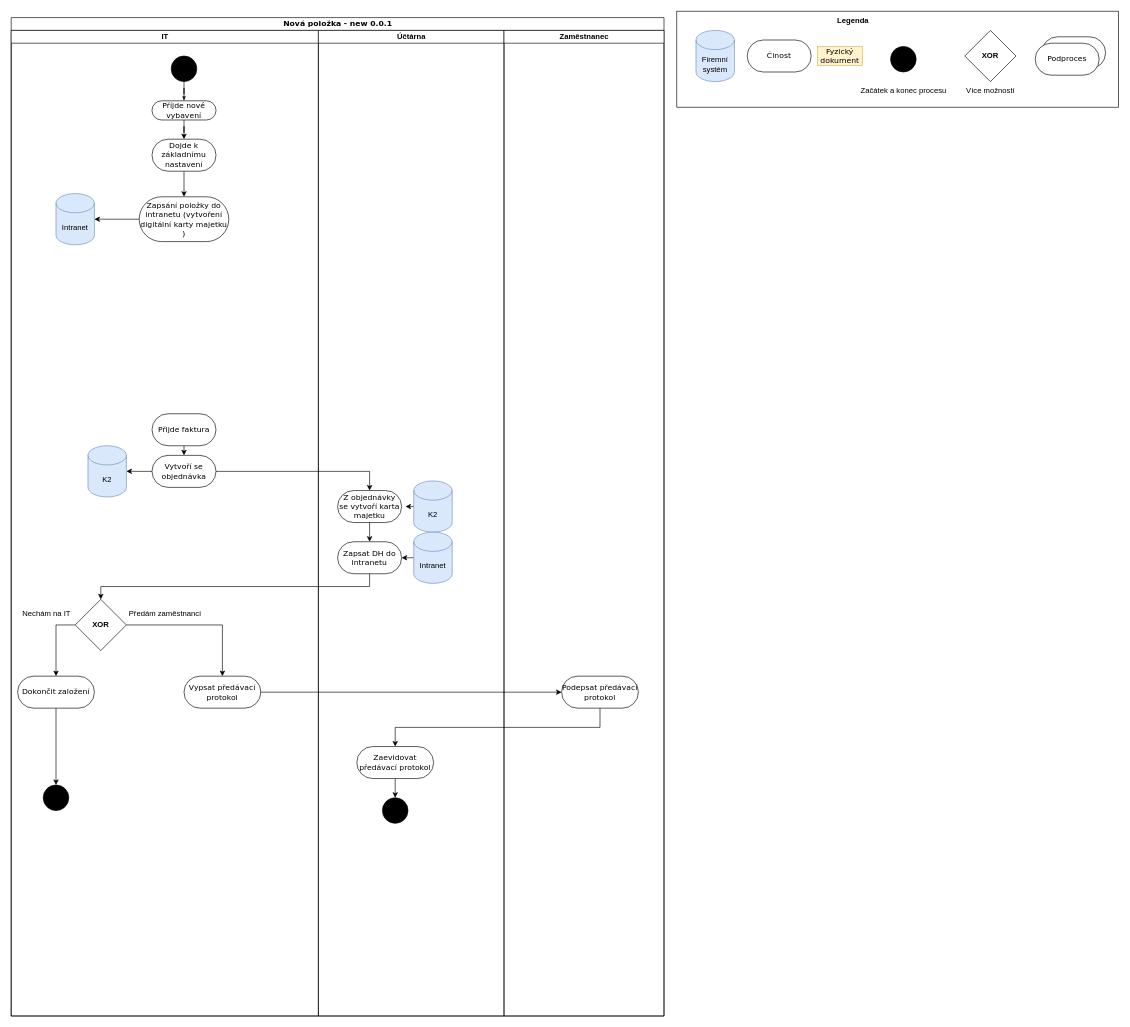
The draw.io diagram page "Nová položka - new 0.0.1" (5 of 11) of UML - Inventar.drawio in horeckyj/drawio, before the edit. Source tidied: cells renumbered, new cells numbered last; positions are measured from the earlier drawing's top-left corner, leaving out a move shared by most shapes. Both pictures are drawn from the tidied source at 64%, with x=0, y=0 at pixel (11, 11).
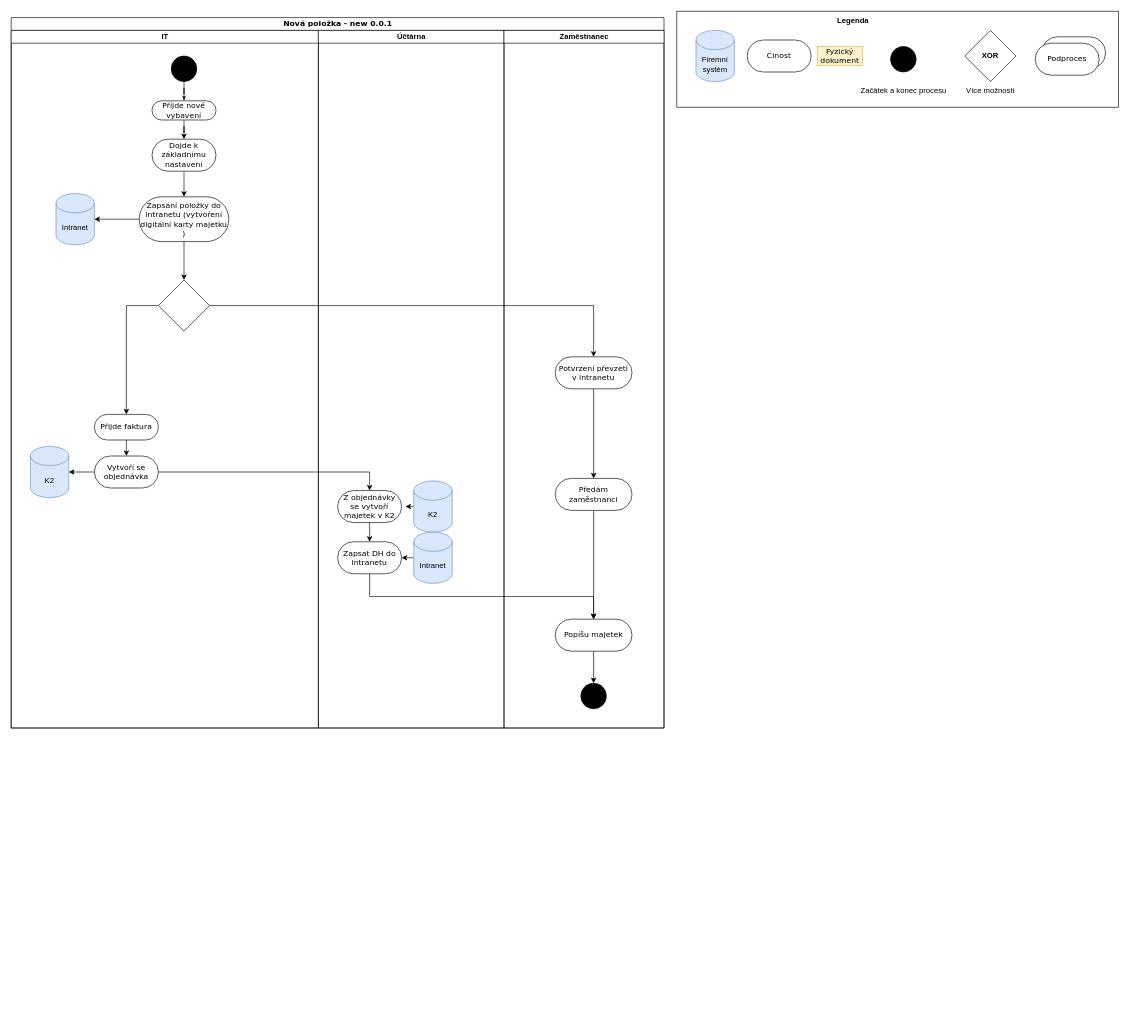
The same diagram, later.

The change refers to these unchanged cells:
```xml
<mxCell id="10" value="Zapsání položky do intranetu (vytvoření digitální karty majetku&lt;div&gt;)&lt;/div&gt;" style="rounded=1;whiteSpace=wrap;html=1;shadow=0;comic=0;labelBackgroundColor=none;strokeWidth=1;fontFamily=Verdana;fontSize=12;align=center;arcSize=50;" parent="3" vertex="1">
  <mxGeometry x="200" y="260" width="140" height="70" as="geometry" />
</mxCell>
<mxCell id="32" value="Zapsat DH do intranetu" style="rounded=1;whiteSpace=wrap;html=1;shadow=0;comic=0;labelBackgroundColor=none;strokeWidth=1;fontFamily=Verdana;fontSize=12;align=center;arcSize=50;" parent="27" vertex="1">
  <mxGeometry x="30" y="799" width="100" height="50" as="geometry" />
</mxCell>
```

Diff of the diagram source:
```diff
@@
     <mxCell id="2" value="Nová položka - new 0.0.1" style="swimlane;html=1;startSize=20;rounded=0;shadow=0;comic=0;labelBackgroundColor=none;strokeWidth=1;fontFamily=Verdana;fontSize=12;align=center;" parent="1" vertex="1">
-      <mxGeometry y="10" width="1020" height="1560" as="geometry" />
+      <mxGeometry y="10" width="1020" height="1110" as="geometry" />
     </mxCell>
     <mxCell id="3" value="IT" style="swimlane;html=1;startSize=20;" parent="2" vertex="1">
-      <mxGeometry y="20" width="480" height="1540" as="geometry" />
+      <mxGeometry y="20" width="480" height="1090" as="geometry" />
     </mxCell>
@@
+    <mxCell id="55" style="edgeStyle=orthogonalEdgeStyle;rounded=0;jettySize=auto;html=1;exitX=0.5;exitY=1;exitDx=0;exitDy=0;" parent="3" edge="1" source="10" target="57">
+      <mxGeometry relative="1" as="geometry" />
+    </mxCell>
@@
-    <mxCell id="11" style="ellipse;whiteSpace=wrap;html=1;rounded=0;shadow=0;comic=0;labelBackgroundColor=none;strokeWidth=1;fillColor=#000000;fontFamily=Verdana;fontSize=12;align=center;" parent="3" vertex="1">
-      <mxGeometry x="50" y="1179" width="40" height="40" as="geometry" />
-    </mxCell>
-    <mxCell id="12" style="edgeStyle=orthogonalEdgeStyle;rounded=0;jettySize=auto;html=1;exitX=0;exitY=0.5;exitDx=0;exitDy=0;entryX=0.5;entryY=0;entryDx=0;entryDy=0;" parent="3" edge="1" source="14" target="16">
-      <mxGeometry relative="1" as="geometry" />
-    </mxCell>
-    <mxCell id="13" style="edgeStyle=orthogonalEdgeStyle;rounded=0;jettySize=auto;html=1;exitX=1;exitY=0.5;exitDx=0;exitDy=0;entryX=0.5;entryY=0;entryDx=0;entryDy=0;" parent="3" edge="1" source="14" target="17">
-      <mxGeometry relative="1" as="geometry" />
-    </mxCell>
-    <mxCell id="14" value="&lt;b&gt;XOR&lt;/b&gt;" style="rhombus;whiteSpace=wrap;html=1;" parent="3" vertex="1">
-      <mxGeometry x="100" y="889" width="80" height="80" as="geometry" />
-    </mxCell>
-    <mxCell id="15" style="edgeStyle=orthogonalEdgeStyle;rounded=0;jettySize=auto;html=1;exitX=0.5;exitY=1;exitDx=0;exitDy=0;entryX=0.5;entryY=0;entryDx=0;entryDy=0;" parent="3" edge="1" source="16" target="11">
-      <mxGeometry relative="1" as="geometry" />
-    </mxCell>
-    <mxCell id="16" value="Dokončit založení" style="rounded=1;whiteSpace=wrap;html=1;shadow=0;comic=0;labelBackgroundColor=none;strokeWidth=1;fontFamily=Verdana;fontSize=12;align=center;arcSize=50;" parent="3" vertex="1">
-      <mxGeometry x="10" y="1009" width="120" height="50" as="geometry" />
-    </mxCell>
-    <mxCell id="17" value="Vypsat předávací protokol" style="rounded=1;whiteSpace=wrap;html=1;shadow=0;comic=0;labelBackgroundColor=none;strokeWidth=1;fontFamily=Verdana;fontSize=12;align=center;arcSize=50;" parent="3" vertex="1">
-      <mxGeometry x="270" y="1009" width="120" height="50" as="geometry" />
-    </mxCell>
     <mxCell id="18" value="Vytvoří se objednávka" style="rounded=1;whiteSpace=wrap;html=1;shadow=0;comic=0;labelBackgroundColor=none;strokeWidth=1;fontFamily=Verdana;fontSize=12;align=center;arcSize=50;" parent="3" vertex="1">
-      <mxGeometry x="220" y="664" width="100" height="50" as="geometry" />
+      <mxGeometry x="130" y="665" width="100" height="50" as="geometry" />
     </mxCell>
@@
     <mxCell id="20" value="K2" style="shape=cylinder3;whiteSpace=wrap;html=1;boundedLbl=1;backgroundOutline=1;size=15;fillColor=#dae8fc;strokeColor=#6c8ebf;" parent="3" vertex="1">
-      <mxGeometry x="120" y="649" width="60" height="80" as="geometry" />
+      <mxGeometry x="30" y="650" width="60" height="80" as="geometry" />
     </mxCell>
@@
-    <mxCell id="23" value="Předám zaměstnanci" style="text;html=1;align=center;verticalAlign=middle;points=[];strokeColor=none;fillColor=none;" parent="3" vertex="1">
-      <mxGeometry x="170" y="897" width="140" height="30" as="geometry" />
-    </mxCell>
-    <mxCell id="24" value="Nechám na IT" style="text;html=1;align=center;verticalAlign=middle;strokeColor=none;fillColor=none;" parent="3" vertex="1">
-      <mxGeometry x="5" y="897" width="100" height="30" as="geometry" />
-    </mxCell>
@@
     <mxCell id="26" value="Přijde faktura" style="rounded=1;whiteSpace=wrap;html=1;shadow=0;comic=0;labelBackgroundColor=none;strokeWidth=1;fontFamily=Verdana;fontSize=12;align=center;arcSize=50;" parent="3" vertex="1">
-      <mxGeometry x="220" y="599" width="100" height="50" as="geometry" />
+      <mxGeometry x="130" y="600" width="100" height="40" as="geometry" />
     </mxCell>
+    <mxCell id="56" style="edgeStyle=orthogonalEdgeStyle;rounded=0;jettySize=auto;html=1;exitX=0;exitY=0.5;exitDx=0;exitDy=0;entryX=0.5;entryY=0;entryDx=0;entryDy=0;" parent="3" edge="1" source="57" target="26">
+      <mxGeometry relative="1" as="geometry" />
+    </mxCell>
+    <mxCell id="57" style="rhombus;whiteSpace=wrap;html=1;" parent="3" vertex="1">
+      <mxGeometry x="230" y="390" width="80" height="80" as="geometry" />
+    </mxCell>
     <mxCell id="27" value="Účtárna" style="swimlane;html=1;startSize=20;" parent="2" vertex="1">
-      <mxGeometry x="480" y="20" width="290" height="1540" as="geometry" />
+      <mxGeometry x="480" y="20" width="290" height="1090" as="geometry" />
     </mxCell>
-    <mxCell id="28" style="edgeStyle=orthogonalEdgeStyle;rounded=0;jettySize=auto;html=1;exitX=0.5;exitY=1;exitDx=0;exitDy=0;entryX=0.5;entryY=0;entryDx=0;entryDy=0;" parent="27" edge="1" source="29" target="30">
-      <mxGeometry relative="1" as="geometry" />
-    </mxCell>
-    <mxCell id="29" value="Zaevidovat předávací protokol" style="rounded=1;whiteSpace=wrap;html=1;shadow=0;comic=0;labelBackgroundColor=none;strokeWidth=1;fontFamily=Verdana;fontSize=12;align=center;arcSize=50;" parent="27" vertex="1">
-      <mxGeometry x="60" y="1119" width="120" height="50" as="geometry" />
-    </mxCell>
-    <mxCell id="30" style="ellipse;whiteSpace=wrap;html=1;rounded=0;shadow=0;comic=0;labelBackgroundColor=none;strokeWidth=1;fillColor=#000000;fontFamily=Verdana;fontSize=12;align=center;" parent="27" vertex="1">
-      <mxGeometry x="100" y="1199" width="40" height="40" as="geometry" />
-    </mxCell>
-    <mxCell id="31" value="Z objednávky se vytvoří karta majetku" style="rounded=1;whiteSpace=wrap;html=1;shadow=0;comic=0;labelBackgroundColor=none;strokeWidth=1;fontFamily=Verdana;fontSize=12;align=center;arcSize=50;" parent="27" vertex="1">
+    <mxCell id="31" value="Z objednávky se vytvoří majetek v K2" style="rounded=1;whiteSpace=wrap;html=1;shadow=0;comic=0;labelBackgroundColor=none;strokeWidth=1;fontFamily=Verdana;fontSize=12;align=center;arcSize=50;" parent="27" vertex="1">
       <mxGeometry x="30" y="719" width="100" height="50" as="geometry" />
     </mxCell>
@@
     <mxCell id="38" value="Zaměstnanec" style="swimlane;html=1;startSize=20;" parent="2" vertex="1">
-      <mxGeometry x="770" y="20" width="250" height="1540" as="geometry" />
+      <mxGeometry x="770" y="20" width="250" height="1090" as="geometry" />
     </mxCell>
-    <mxCell id="39" value="Podepsat předávací protokol" style="rounded=1;whiteSpace=wrap;html=1;shadow=0;comic=0;labelBackgroundColor=none;strokeWidth=1;fontFamily=Verdana;fontSize=12;align=center;arcSize=50;" parent="38" vertex="1">
-      <mxGeometry x="90" y="1009" width="120" height="50" as="geometry" />
-    </mxCell>
-    <mxCell id="40" style="edgeStyle=orthogonalEdgeStyle;rounded=0;jettySize=auto;html=1;exitX=1;exitY=0.5;exitDx=0;exitDy=0;entryX=0;entryY=0.5;entryDx=0;entryDy=0;" parent="2" edge="1" source="17">
-      <mxGeometry relative="1" as="geometry">
-        <mxPoint x="860" y="1054" as="targetPoint" />
-      </mxGeometry>
-    </mxCell>
-    <mxCell id="41" style="edgeStyle=orthogonalEdgeStyle;rounded=0;jettySize=auto;html=1;exitX=0.5;exitY=1;exitDx=0;exitDy=0;entryX=0.5;entryY=0;entryDx=0;entryDy=0;" parent="2" edge="1" source="32" target="14">
-      <mxGeometry relative="1" as="geometry" />
-    </mxCell>
+    <mxCell id="58" style="edgeStyle=orthogonalEdgeStyle;rounded=0;jettySize=auto;html=1;exitX=0.5;exitY=1;exitDx=0;exitDy=0;entryX=0.5;entryY=0;entryDx=0;entryDy=0;" parent="38" edge="1" source="23" target="60">
+      <mxGeometry relative="1" as="geometry" />
+    </mxCell>
+    <mxCell id="23" value="Předám zaměstnanci" style="rounded=1;whiteSpace=wrap;html=1;shadow=0;comic=0;labelBackgroundColor=none;strokeWidth=1;fontFamily=Verdana;fontSize=12;align=center;arcSize=50;" parent="38" vertex="1">
+      <mxGeometry x="80" y="700" width="120" height="50" as="geometry" />
+    </mxCell>
+    <mxCell id="59" style="edgeStyle=orthogonalEdgeStyle;rounded=0;jettySize=auto;html=1;exitX=0.5;exitY=1;exitDx=0;exitDy=0;" parent="38" edge="1" source="60" target="63">
+      <mxGeometry relative="1" as="geometry" />
+    </mxCell>
+    <mxCell id="60" value="Popíšu majetek" style="rounded=1;whiteSpace=wrap;html=1;shadow=0;comic=0;labelBackgroundColor=none;strokeWidth=1;fontFamily=Verdana;fontSize=12;align=center;arcSize=50;" parent="38" vertex="1">
+      <mxGeometry x="80" y="920" width="120" height="50" as="geometry" />
+    </mxCell>
+    <mxCell id="61" style="edgeStyle=orthogonalEdgeStyle;rounded=0;jettySize=auto;html=1;" parent="38" edge="1" source="62" target="23">
+      <mxGeometry relative="1" as="geometry" />
+    </mxCell>
+    <mxCell id="62" value="Potvrzení převzetí v intranetu" style="rounded=1;whiteSpace=wrap;html=1;shadow=0;comic=0;labelBackgroundColor=none;strokeWidth=1;fontFamily=Verdana;fontSize=12;align=center;arcSize=50;" parent="38" vertex="1">
+      <mxGeometry x="80" y="510" width="120" height="50" as="geometry" />
+    </mxCell>
+    <mxCell id="63" style="ellipse;whiteSpace=wrap;html=1;rounded=0;shadow=0;comic=0;labelBackgroundColor=none;strokeWidth=1;fillColor=#000000;fontFamily=Verdana;fontSize=12;align=center;" parent="38" vertex="1">
+      <mxGeometry x="120" y="1020" width="40" height="40" as="geometry" />
+    </mxCell>
@@
-    <mxCell id="43" style="edgeStyle=orthogonalEdgeStyle;rounded=0;jettySize=auto;html=1;exitX=0.5;exitY=1;exitDx=0;exitDy=0;" parent="2" edge="1" source="39" target="29">
-      <mxGeometry relative="1" as="geometry" />
-    </mxCell>
+    <mxCell id="64" style="edgeStyle=orthogonalEdgeStyle;rounded=0;jettySize=auto;html=1;exitX=0.5;exitY=1;exitDx=0;exitDy=0;" parent="2" edge="1" source="32" target="60">
+      <mxGeometry relative="1" as="geometry" />
+    </mxCell>
+    <mxCell id="65" style="edgeStyle=orthogonalEdgeStyle;rounded=0;jettySize=auto;html=1;exitX=1;exitY=0.5;exitDx=0;exitDy=0;entryX=0.5;entryY=0;entryDx=0;entryDy=0;" parent="2" edge="1" source="57" target="62">
+      <mxGeometry relative="1" as="geometry" />
+    </mxCell>
```
